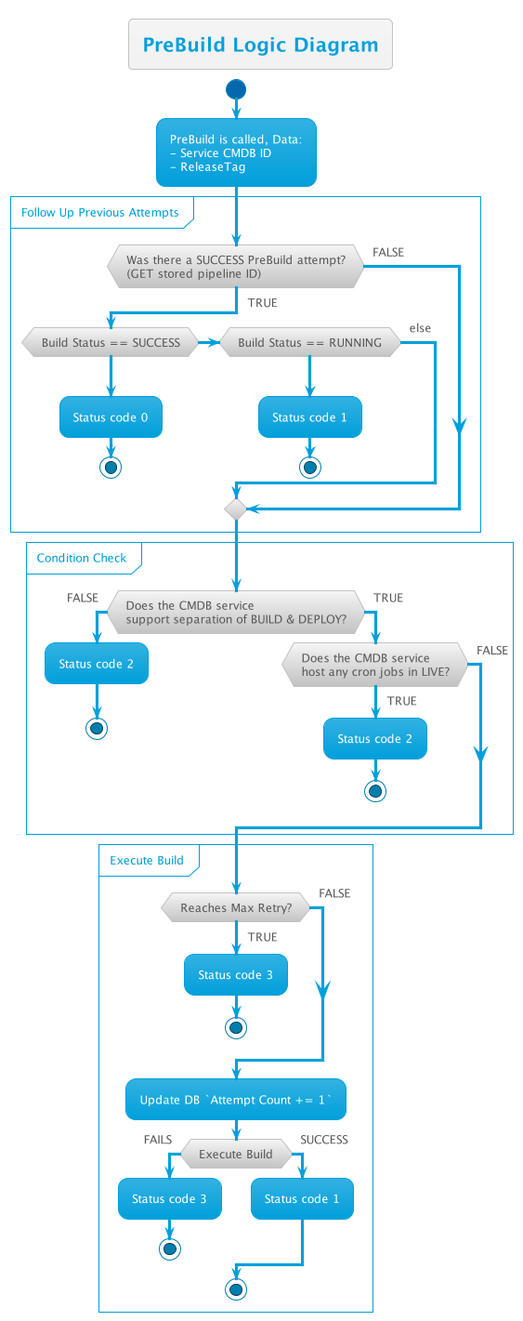
Above: out/PreBuildFlow/ConditionsCheck/ConditionsCheck.png in thetomitomo/diagrams (PlantUML), before the change.
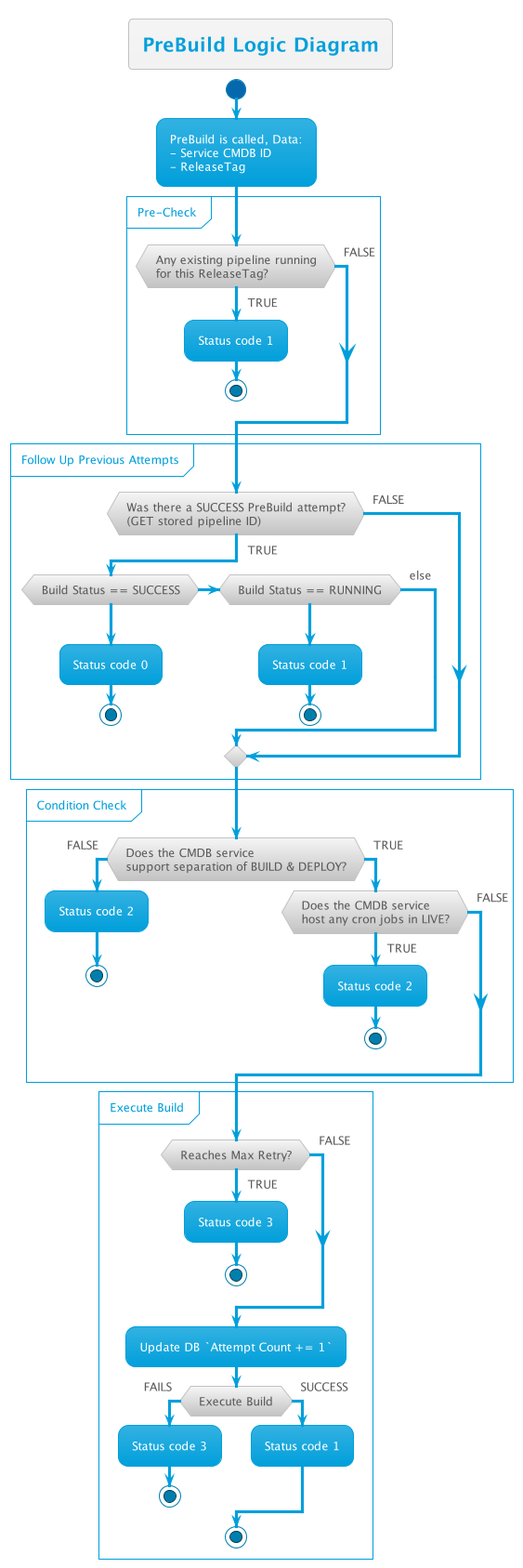
The same diagram one commit later.

Commit message:
update prebuild diagram

What changed in the source:
```diff
@@ -7,6 +7,14 @@
 start
 
 :PreBuild is called, Data:\n- Service CMDB ID\n- ReleaseTag;
+
+group Pre-Check
+    if (Any existing pipeline running\nfor this ReleaseTag?) then (TRUE)
+        :Status code 1;
+        stop
+    else (FALSE)
+    endif
+end group
 
 group Follow Up Previous Attempts
     if (Was there a SUCCESS PreBuild attempt?\n(GET stored pipeline ID)) then (TRUE)
```
